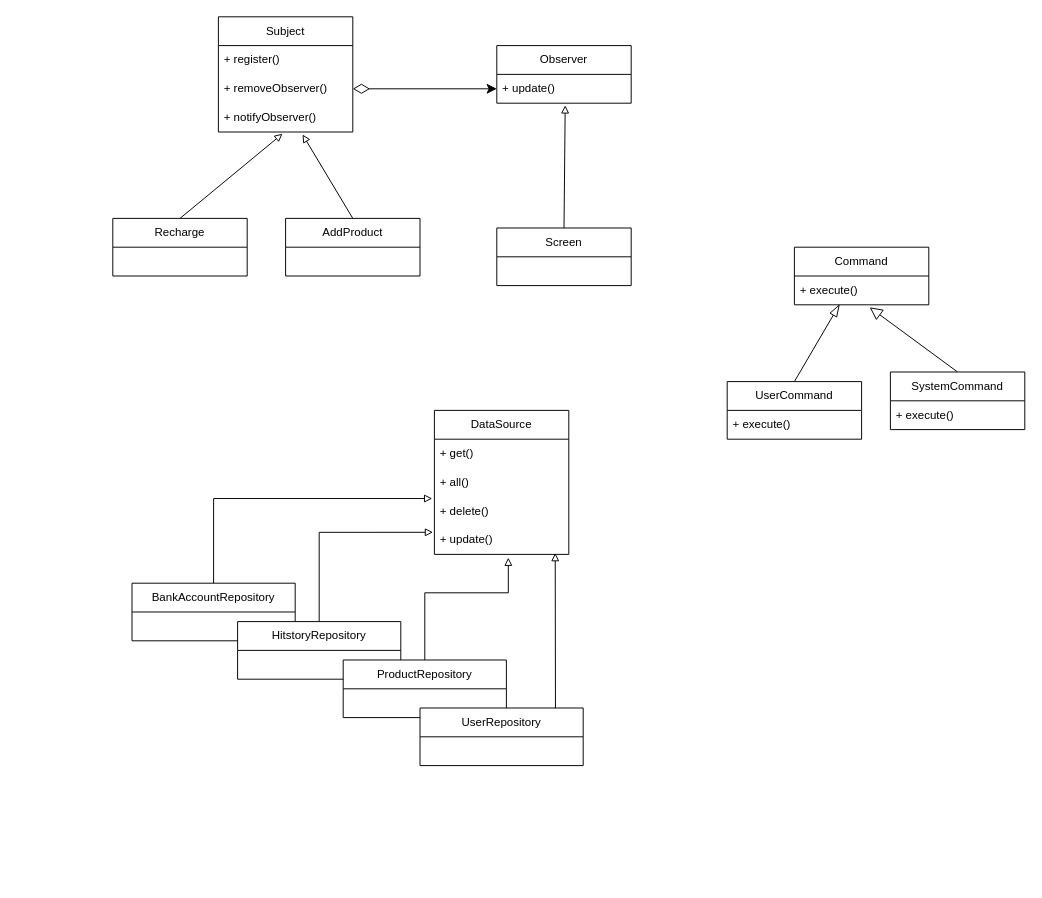
Before: diagrams/class.drawio in maingocdoan1809/VendingMachine-OOP, a draw.io diagram. Source tidied: cells renumbered, new cells numbered last; positions are measured from the earlier drawing's top-left corner, leaving out a move shared by most shapes. Both pictures are drawn from the tidied source at 96%, with x=0, y=0 at pixel (112, 16).
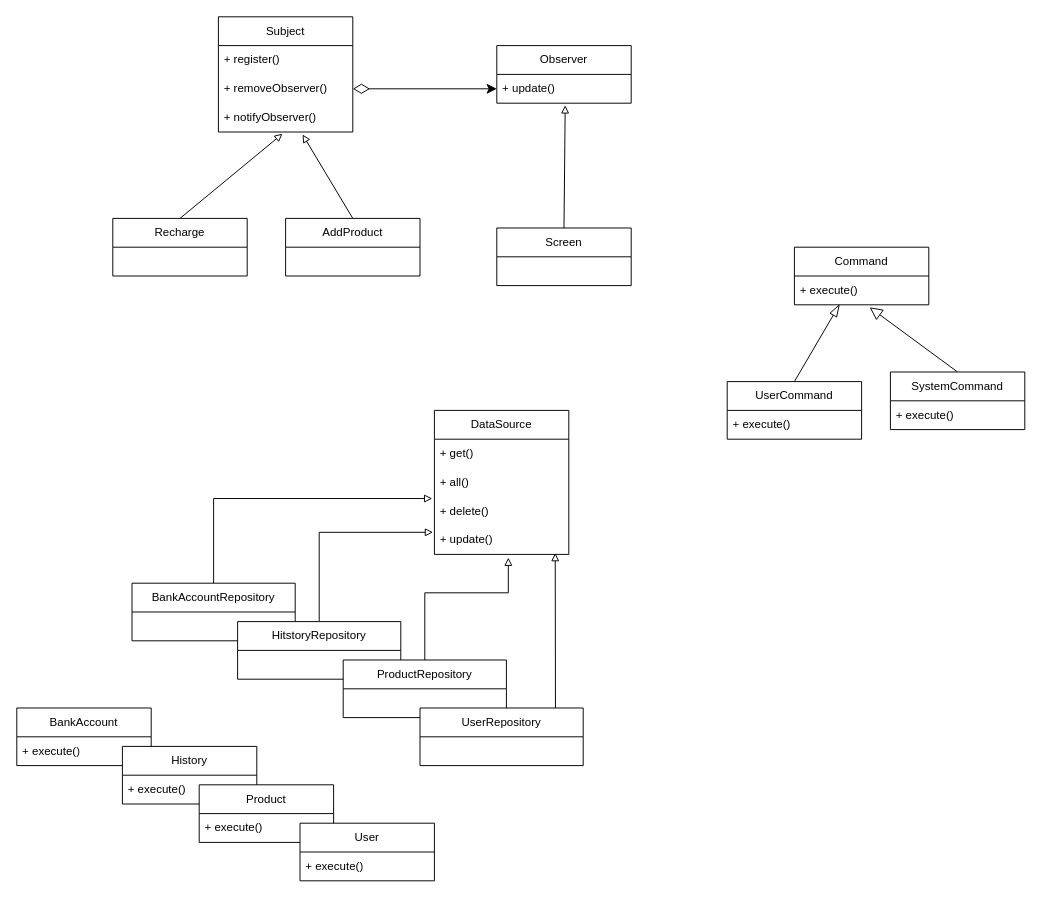
The same diagram, later.

Change to the diagram source:
```diff
@@
+    <mxCell id="36" value="BankAccount" style="swimlane;fontStyle=0;horizontal=1;startSize=30;whiteSpace=wrap;html=1;" parent="1" vertex="1">
+      <mxGeometry x="-100" y="720" width="140" height="60" as="geometry" />
+    </mxCell>
+    <mxCell id="37" value="+ execute()" style="text;strokeColor=none;fillColor=none;align=left;verticalAlign=middle;spacingLeft=4;spacingRight=4;overflow=hidden;whiteSpace=wrap;html=1;" parent="36" vertex="1">
+      <mxGeometry y="30" width="140" height="30" as="geometry" />
+    </mxCell>
+    <mxCell id="38" value="History" style="swimlane;fontStyle=0;horizontal=1;startSize=30;whiteSpace=wrap;html=1;" parent="1" vertex="1">
+      <mxGeometry x="10" y="760" width="140" height="60" as="geometry" />
+    </mxCell>
+    <mxCell id="39" value="+ execute()" style="text;strokeColor=none;fillColor=none;align=left;verticalAlign=middle;spacingLeft=4;spacingRight=4;overflow=hidden;whiteSpace=wrap;html=1;" parent="38" vertex="1">
+      <mxGeometry y="30" width="140" height="30" as="geometry" />
+    </mxCell>
+    <mxCell id="40" value="Product" style="swimlane;fontStyle=0;horizontal=1;startSize=30;whiteSpace=wrap;html=1;" parent="1" vertex="1">
+      <mxGeometry x="90" y="800" width="140" height="60" as="geometry" />
+    </mxCell>
+    <mxCell id="41" value="+ execute()" style="text;strokeColor=none;fillColor=none;align=left;verticalAlign=middle;spacingLeft=4;spacingRight=4;overflow=hidden;whiteSpace=wrap;html=1;" parent="40" vertex="1">
+      <mxGeometry y="30" width="140" height="30" as="geometry" />
+    </mxCell>
+    <mxCell id="42" value="User" style="swimlane;fontStyle=0;horizontal=1;startSize=30;whiteSpace=wrap;html=1;" parent="1" vertex="1">
+      <mxGeometry x="195" y="840" width="140" height="60" as="geometry" />
+    </mxCell>
+    <mxCell id="43" value="+ execute()" style="text;strokeColor=none;fillColor=none;align=left;verticalAlign=middle;spacingLeft=4;spacingRight=4;overflow=hidden;whiteSpace=wrap;html=1;" parent="42" vertex="1">
+      <mxGeometry y="30" width="140" height="30" as="geometry" />
+    </mxCell>
```
